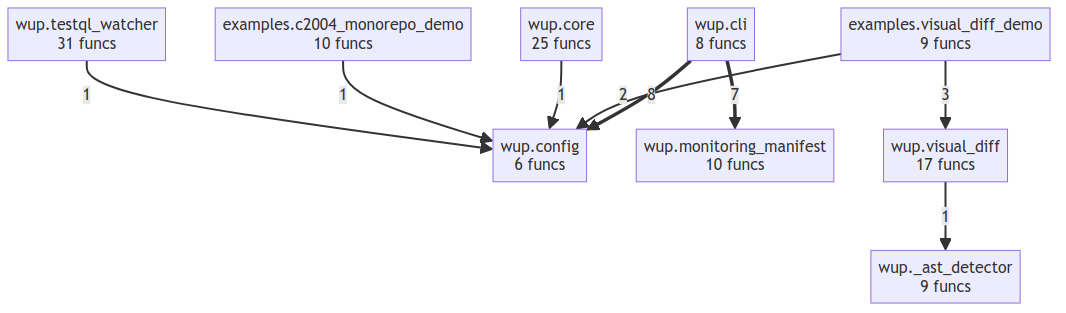
semcod/wup keeps this Mermaid diagram as project/compact_flow.png. Above is the earlier version. Its source is kept beside it as project/compact_flow.mmd.
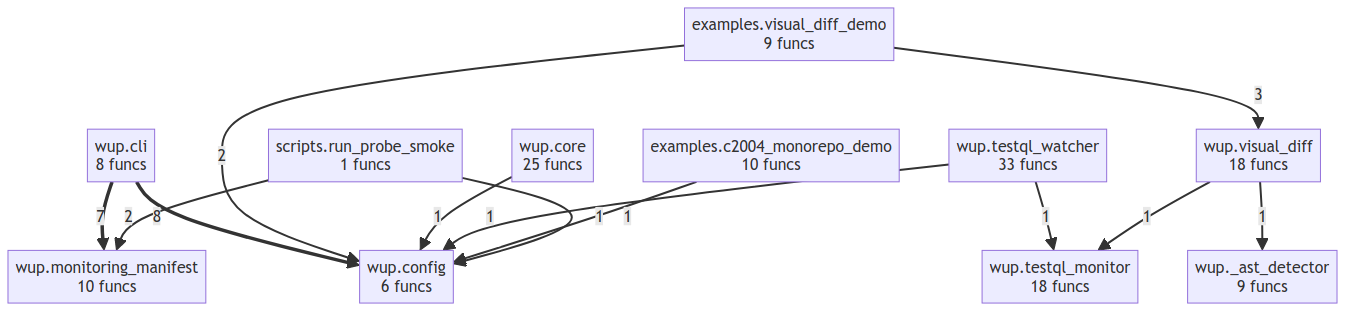
The same diagram one commit later.

Diff of the diagram source:
```diff
@@ -1,18 +1,24 @@
 flowchart TD
     examples__c2004_monorepo_demo["examples.c2004_monorepo_demo<br/>10 funcs"]
     examples__visual_diff_demo["examples.visual_diff_demo<br/>9 funcs"]
+    scripts__run_probe_smoke["scripts.run_probe_smoke<br/>1 funcs"]
     wup___ast_detector["wup._ast_detector<br/>9 funcs"]
     wup__cli["wup.cli<br/>8 funcs"]
     wup__config["wup.config<br/>6 funcs"]
     wup__core["wup.core<br/>25 funcs"]
     wup__monitoring_manifest["wup.monitoring_manifest<br/>10 funcs"]
-    wup__testql_watcher["wup.testql_watcher<br/>31 funcs"]
-    wup__visual_diff["wup.visual_diff<br/>17 funcs"]
+    wup__testql_monitor["wup.testql_monitor<br/>18 funcs"]
+    wup__testql_watcher["wup.testql_watcher<br/>33 funcs"]
+    wup__visual_diff["wup.visual_diff<br/>18 funcs"]
     wup__cli ==>|8| wup__config
     wup__cli ==>|7| wup__monitoring_manifest
     examples__visual_diff_demo -->|3| wup__visual_diff
     examples__visual_diff_demo -->|2| wup__config
+    scripts__run_probe_smoke -->|2| wup__monitoring_manifest
     wup__core -->|1| wup__config
+    wup__testql_watcher -->|1| wup__config
+    wup__testql_watcher -->|1| wup__testql_monitor
+    wup__visual_diff -->|1| wup__testql_monitor
     wup__visual_diff -->|1| wup___ast_detector
     examples__c2004_monorepo_demo -->|1| wup__config
-    wup__testql_watcher -->|1| wup__config
+    scripts__run_probe_smoke -->|1| wup__config
```
